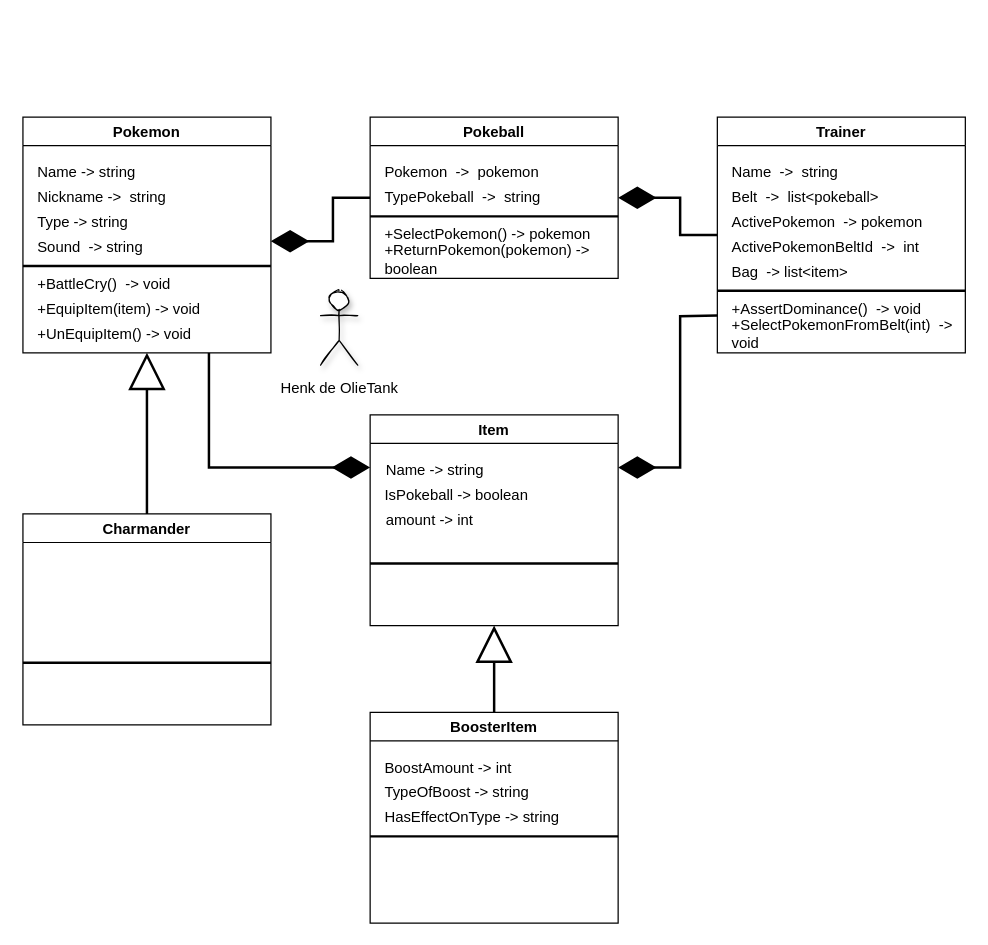
This is Pokemon-Battle-Sim/class diagram.drawio from oldmartijntje/Pokemon-Battle-Simulator, a draw.io file, before an edit. Source tidied: cells renumbered, new cells numbered last; positions are measured from the earlier drawing's top-left corner, leaving out a move shared by most shapes. Both pictures are drawn from the tidied source at 124%, with x=0, y=0 at pixel (22, 117).
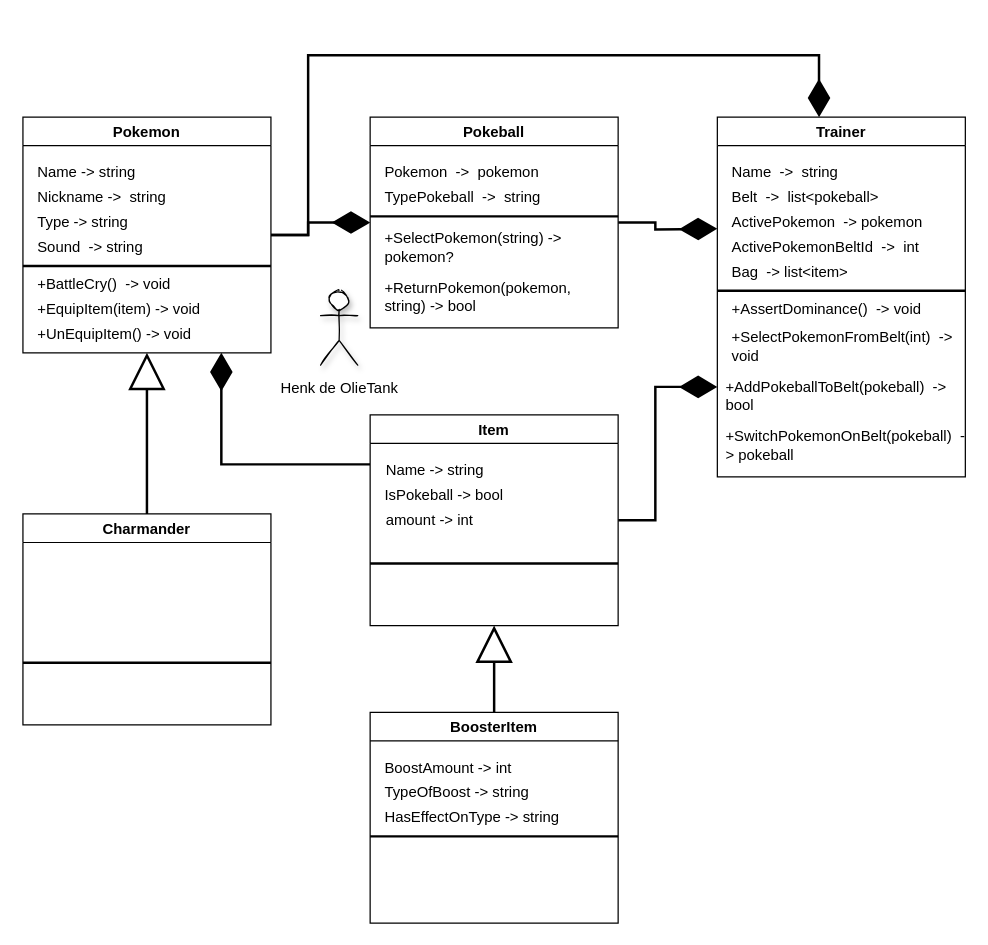
Above is the later version.

Unchanged cells that the change refers to:
```xml
<mxCell id="3" value="Pokemon" style="swimlane;fillStyle=auto;fillColor=default;swimlaneFillColor=default;" parent="1" vertex="1">
  <mxGeometry width="200" height="190" as="geometry" />
</mxCell>
<mxCell id="33" value="Item" style="swimlane;fillStyle=auto;fillColor=default;swimlaneFillColor=default;" parent="1" vertex="1">
  <mxGeometry x="280" y="240" width="200" height="170" as="geometry" />
</mxCell>
```

The edit, as a diff of the source:
```diff
@@
-    <mxCell id="2" style="edgeStyle=orthogonalEdgeStyle;rounded=0;jettySize=auto;html=1;exitX=0.75;exitY=1;exitDx=0;exitDy=0;entryX=0;entryY=0.25;entryDx=0;entryDy=0;strokeWidth=2;startSize=25;endSize=25;endArrow=diamondThin;endFill=1;" parent="1" edge="1" source="3" target="33">
-      <mxGeometry relative="1" as="geometry" />
-    </mxCell>
+    <mxCell id="45" style="edgeStyle=orthogonalEdgeStyle;rounded=0;jettySize=auto;html=1;entryX=0;entryY=0.5;entryDx=0;entryDy=0;strokeWidth=2;endArrow=diamondThin;endFill=1;startSize=25;endSize=25;" parent="1" edge="1" source="3" target="13">
+      <mxGeometry relative="1" as="geometry" />
+    </mxCell>
+    <mxCell id="46" style="edgeStyle=orthogonalEdgeStyle;rounded=0;jettySize=auto;html=1;entryX=0.41;entryY=0;entryDx=0;entryDy=0;entryPerimeter=0;strokeWidth=2;endArrow=diamondThin;endFill=1;startSize=25;endSize=25;" parent="1" edge="1" source="3" target="21">
+      <mxGeometry relative="1" as="geometry">
+        <Array as="points">
+          <mxPoint x="230" y="95" />
+          <mxPoint x="230" y="-50" />
+          <mxPoint x="642" y="-50" />
+        </Array>
+      </mxGeometry>
+    </mxCell>
@@
-    <mxCell id="12" style="edgeStyle=orthogonalEdgeStyle;rounded=0;jettySize=auto;html=1;exitX=0;exitY=0.5;exitDx=0;exitDy=0;endArrow=diamondThin;endFill=1;jumpSize=6;strokeWidth=2;startArrow=none;startFill=0;jumpStyle=none;strokeColor=default;startSize=6;endSize=25;" parent="1" edge="1" source="13">
-      <mxGeometry relative="1" as="geometry">
-        <mxPoint x="200" y="100" as="targetPoint" />
-        <Array as="points">
-          <mxPoint x="250" y="65" />
-          <mxPoint x="250" y="100" />
-        </Array>
-      </mxGeometry>
-    </mxCell>
+    <mxCell id="47" style="edgeStyle=orthogonalEdgeStyle;rounded=0;jettySize=auto;html=1;strokeWidth=2;endArrow=diamondThin;endFill=1;startSize=25;endSize=25;" parent="1" edge="1" source="13">
+      <mxGeometry relative="1" as="geometry">
+        <mxPoint x="560" y="90" as="targetPoint" />
+      </mxGeometry>
+    </mxCell>
     <mxCell id="13" value="Pokeball" style="swimlane;fillStyle=auto;fillColor=default;swimlaneFillColor=default;" parent="1" vertex="1">
-      <mxGeometry x="280" width="200" height="130" as="geometry" />
+      <mxGeometry x="280" width="200" height="170" as="geometry" />
     </mxCell>
@@
-    <mxCell id="17" value="+SelectPokemon()&amp;nbsp;-&amp;gt; pokemon" style="text;html=1;strokeColor=none;fillColor=none;align=left;verticalAlign=middle;whiteSpace=wrap;rounded=0;fillStyle=auto;" parent="13" vertex="1">
-      <mxGeometry x="10" y="80" width="180" height="30" as="geometry" />
+    <mxCell id="17" value="+SelectPokemon(string)&amp;nbsp;-&amp;gt; pokemon?" style="text;html=1;strokeColor=none;fillColor=none;align=left;verticalAlign=middle;whiteSpace=wrap;rounded=0;fillStyle=auto;" parent="13" vertex="1">
+      <mxGeometry x="10" y="90" width="180" height="30" as="geometry" />
     </mxCell>
-    <mxCell id="18" value="+ReturnPokemon(pokemon)&amp;nbsp;-&amp;gt; boolean" style="text;html=1;strokeColor=none;fillColor=none;align=left;verticalAlign=middle;whiteSpace=wrap;rounded=0;fillStyle=auto;" parent="13" vertex="1">
-      <mxGeometry x="10" y="100" width="180" height="30" as="geometry" />
+    <mxCell id="18" value="+ReturnPokemon(pokemon, string)&amp;nbsp;-&amp;gt; bool" style="text;html=1;strokeColor=none;fillColor=none;align=left;verticalAlign=middle;whiteSpace=wrap;rounded=0;fillStyle=auto;" parent="13" vertex="1">
+      <mxGeometry x="10" y="130" width="180" height="30" as="geometry" />
     </mxCell>
@@
-    <mxCell id="20" style="edgeStyle=orthogonalEdgeStyle;rounded=0;jumpStyle=none;jumpSize=6;jettySize=auto;html=1;entryX=1;entryY=0.5;entryDx=0;entryDy=0;strokeColor=default;strokeWidth=2;startArrow=none;startFill=0;endArrow=diamondThin;endFill=1;startSize=6;endSize=25;" parent="1" edge="1" source="21" target="13">
-      <mxGeometry relative="1" as="geometry" />
-    </mxCell>
     <mxCell id="21" value="Trainer" style="swimlane;fillStyle=auto;fillColor=default;swimlaneFillColor=default;" parent="1" vertex="1">
-      <mxGeometry x="560" width="200" height="190" as="geometry" />
+      <mxGeometry x="560" width="200" height="290" as="geometry" />
     </mxCell>
@@
     <mxCell id="25" value="+SelectPokemonFromBelt(int)&amp;nbsp;&amp;nbsp;-&amp;gt; void" style="text;html=1;strokeColor=none;fillColor=none;align=left;verticalAlign=middle;whiteSpace=wrap;rounded=0;fillStyle=auto;" parent="21" vertex="1">
-      <mxGeometry x="10" y="160" width="190" height="30" as="geometry" />
+      <mxGeometry x="10" y="170" width="190" height="30" as="geometry" />
     </mxCell>
@@
+    <mxCell id="48" value="+AddPokeballToBelt(pokeball)&amp;nbsp;&amp;nbsp;-&amp;gt; bool" style="text;html=1;strokeColor=none;fillColor=none;align=left;verticalAlign=middle;whiteSpace=wrap;rounded=0;fillStyle=auto;" parent="21" vertex="1">
+      <mxGeometry x="5" y="210" width="190" height="30" as="geometry" />
+    </mxCell>
+    <mxCell id="49" value="+SwitchPokemonOnBelt(pokeball)&amp;nbsp;&amp;nbsp;-&amp;gt; pokeball" style="text;html=1;strokeColor=none;fillColor=none;align=left;verticalAlign=middle;whiteSpace=wrap;rounded=0;fillStyle=auto;" parent="21" vertex="1">
+      <mxGeometry x="5" y="250" width="190" height="30" as="geometry" />
+    </mxCell>
@@
+    <mxCell id="50" style="edgeStyle=orthogonalEdgeStyle;rounded=0;jettySize=auto;html=1;entryX=0;entryY=0.75;entryDx=0;entryDy=0;strokeWidth=2;endArrow=diamondThin;endFill=1;startSize=25;endSize=25;" parent="1" edge="1" source="33" target="21">
+      <mxGeometry relative="1" as="geometry" />
+    </mxCell>
+    <mxCell id="51" style="edgeStyle=orthogonalEdgeStyle;rounded=0;jettySize=auto;html=1;strokeWidth=2;endArrow=diamondThin;endFill=1;startSize=25;endSize=25;" parent="1" edge="1" source="33">
+      <mxGeometry relative="1" as="geometry">
+        <mxPoint x="160" y="190" as="targetPoint" />
+        <Array as="points">
+          <mxPoint x="160" y="280" />
+          <mxPoint x="160" y="190" />
+        </Array>
+      </mxGeometry>
+    </mxCell>
@@
-    <mxCell id="36" value="IsPokeball&amp;nbsp;-&amp;gt; boolean" style="text;html=1;strokeColor=none;fillColor=none;align=left;verticalAlign=middle;whiteSpace=wrap;rounded=0;fillStyle=auto;" parent="33" vertex="1">
+    <mxCell id="36" value="IsPokeball&amp;nbsp;-&amp;gt; bool" style="text;html=1;strokeColor=none;fillColor=none;align=left;verticalAlign=middle;whiteSpace=wrap;rounded=0;fillStyle=auto;" parent="33" vertex="1">
       <mxGeometry x="10" y="50" width="180" height="30" as="geometry" />
     </mxCell>
@@
-    <mxCell id="38" style="edgeStyle=orthogonalEdgeStyle;rounded=0;jettySize=auto;html=1;entryX=1;entryY=0.25;entryDx=0;entryDy=0;strokeWidth=2;endArrow=diamondThin;endFill=1;startSize=25;endSize=25;" parent="1" edge="1" target="33">
-      <mxGeometry relative="1" as="geometry">
-        <mxPoint x="560" y="160" as="sourcePoint" />
-      </mxGeometry>
-    </mxCell>
```
